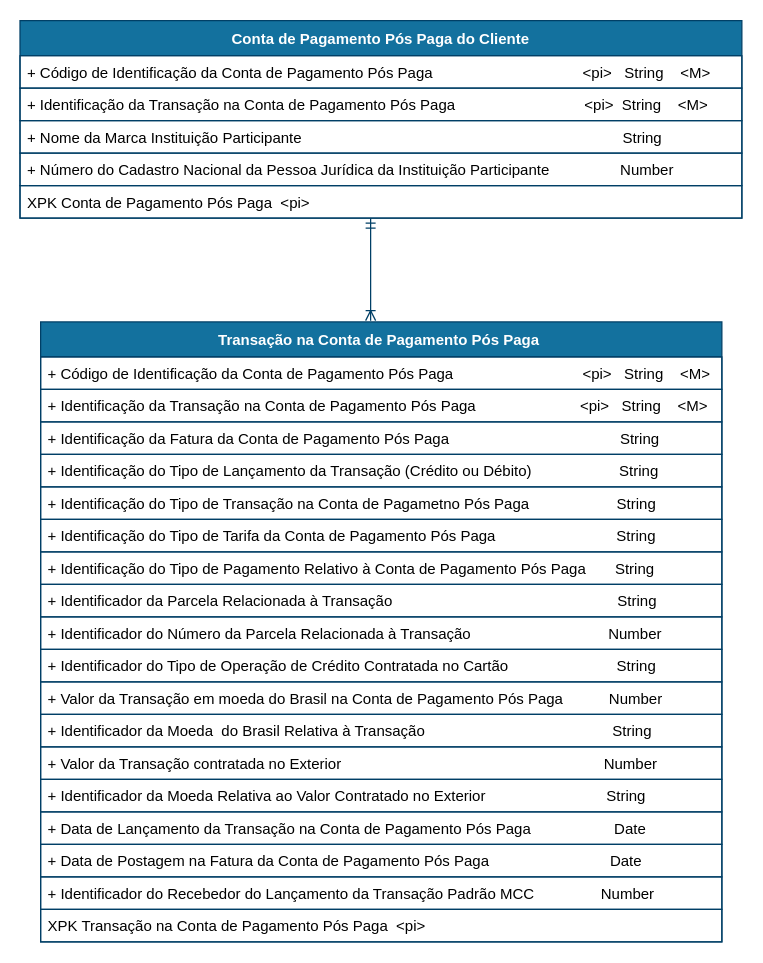
Above: draw_io_diagrams/credit_cards/DER_CreditCardAccount_Transactions.drawio in OpenBanking-Brasil/areadesenvolvedor (draw.io), before the change. Source tidied: cells renumbered, new cells numbered last; positions are measured from the earlier drawing's top-left corner, leaving out a move shared by most shapes. Both pictures are drawn from the tidied source at 125%, with x=0, y=0 at pixel (19, 20).
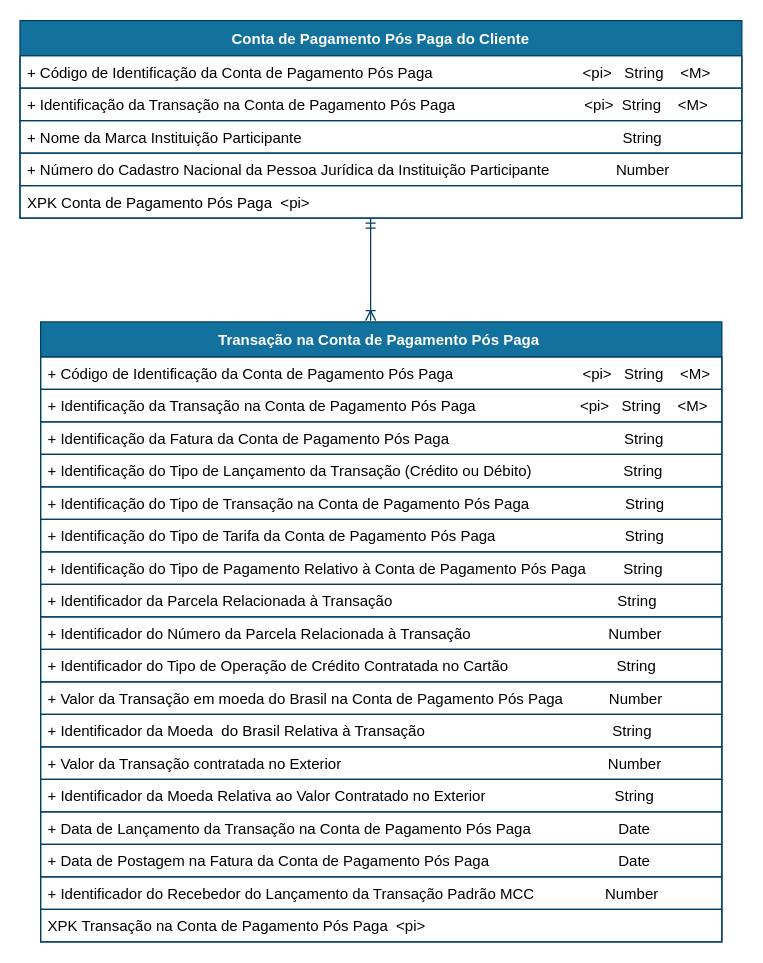
After the change.

Commit message (it also covers changes not shown here):
Credit Cards Accounts - Fix DERs

Unchanged cells that the change refers to:
```xml
<mxCell id="2" value="Transação na Conta de Pagamento Pós Paga " style="swimlane;fontStyle=1;horizontal=1;startSize=28;rounded=0;shadow=0;comic=0;sketch=0;align=center;html=0;fillColor=#13719E;strokeColor=#003F66;fontColor=#FFFFFF;" parent="1" vertex="1">
  <mxGeometry x="17" y="241" width="545" height="496" as="geometry" />
</mxCell>
<mxCell id="21" value="Conta de Pagamento Pós Paga do Cliente" style="swimlane;fontStyle=1;horizontal=1;startSize=28;rounded=0;shadow=0;comic=0;sketch=0;align=center;html=0;fillColor=#13719E;strokeColor=#003F66;fontColor=#FFFFFF;" parent="1" vertex="1">
  <mxGeometry x="0.5" width="577.5" height="158" as="geometry" />
</mxCell>
```

Diff of the diagram source:
```diff
@@
-    <mxCell id="5" value="+ Identificação da Fatura da Conta de Pagamento Pós Paga                                         String    " style="text;fillColor=none;align=left;verticalAlign=top;spacingLeft=4;spacingRight=4;overflow=hidden;strokeColor=#003F66;" parent="2" vertex="1">
+    <mxCell id="5" value="+ Identificação da Fatura da Conta de Pagamento Pós Paga                                          String    " style="text;fillColor=none;align=left;verticalAlign=top;spacingLeft=4;spacingRight=4;overflow=hidden;strokeColor=#003F66;" parent="2" vertex="1">
       <mxGeometry y="80" width="545" height="26" as="geometry" />
     </mxCell>
-    <mxCell id="6" value="+ Identificação do Tipo de Lançamento da Transação (Crédito ou Débito)                     String    " style="text;fillColor=none;align=left;verticalAlign=top;spacingLeft=4;spacingRight=4;overflow=hidden;strokeColor=#003F66;" parent="2" vertex="1">
+    <mxCell id="6" value="+ Identificação do Tipo de Lançamento da Transação (Crédito ou Débito)                      String    " style="text;fillColor=none;align=left;verticalAlign=top;spacingLeft=4;spacingRight=4;overflow=hidden;strokeColor=#003F66;" parent="2" vertex="1">
       <mxGeometry y="106" width="545" height="26" as="geometry" />
     </mxCell>
-    <mxCell id="7" value="+ Identificação do Tipo de Transação na Conta de Pagametno Pós Paga                     String    " style="text;fillColor=none;align=left;verticalAlign=top;spacingLeft=4;spacingRight=4;overflow=hidden;strokeColor=#003F66;" parent="2" vertex="1">
+    <mxCell id="7" value="+ Identificação do Tipo de Transação na Conta de Pagamento Pós Paga                       String    " style="text;fillColor=none;align=left;verticalAlign=top;spacingLeft=4;spacingRight=4;overflow=hidden;strokeColor=#003F66;" parent="2" vertex="1">
       <mxGeometry y="132" width="545" height="26" as="geometry" />
     </mxCell>
-    <mxCell id="8" value="+ Identificação do Tipo de Tarifa da Conta de Pagamento Pós Paga                             String    " style="text;fillColor=none;align=left;verticalAlign=top;spacingLeft=4;spacingRight=4;overflow=hidden;strokeColor=#003F66;" parent="2" vertex="1">
+    <mxCell id="8" value="+ Identificação do Tipo de Tarifa da Conta de Pagamento Pós Paga                               String    " style="text;fillColor=none;align=left;verticalAlign=top;spacingLeft=4;spacingRight=4;overflow=hidden;strokeColor=#003F66;" parent="2" vertex="1">
       <mxGeometry y="158" width="545" height="26" as="geometry" />
     </mxCell>
-    <mxCell id="9" value="+ Identificação do Tipo de Pagamento Relativo à Conta de Pagamento Pós Paga       String    " style="text;fillColor=none;align=left;verticalAlign=top;spacingLeft=4;spacingRight=4;overflow=hidden;strokeColor=#003F66;" parent="2" vertex="1">
+    <mxCell id="9" value="+ Identificação do Tipo de Pagamento Relativo à Conta de Pagamento Pós Paga         String    " style="text;fillColor=none;align=left;verticalAlign=top;spacingLeft=4;spacingRight=4;overflow=hidden;strokeColor=#003F66;" parent="2" vertex="1">
       <mxGeometry y="184" width="545" height="26" as="geometry" />
     </mxCell>
@@
-    <mxCell id="15" value="+ Valor da Transação contratada no Exterior                                                               Number   " style="text;fillColor=none;align=left;verticalAlign=top;spacingLeft=4;spacingRight=4;overflow=hidden;strokeColor=#003F66;" parent="2" vertex="1">
+    <mxCell id="15" value="+ Valor da Transação contratada no Exterior                                                                Number   " style="text;fillColor=none;align=left;verticalAlign=top;spacingLeft=4;spacingRight=4;overflow=hidden;strokeColor=#003F66;" parent="2" vertex="1">
       <mxGeometry y="340" width="545" height="26" as="geometry" />
     </mxCell>
-    <mxCell id="16" value="+ Identificador da Moeda Relativa ao Valor Contratado no Exterior                             String" style="text;fillColor=none;align=left;verticalAlign=top;spacingLeft=4;spacingRight=4;overflow=hidden;strokeColor=#003F66;" parent="2" vertex="1">
+    <mxCell id="16" value="+ Identificador da Moeda Relativa ao Valor Contratado no Exterior                               String" style="text;fillColor=none;align=left;verticalAlign=top;spacingLeft=4;spacingRight=4;overflow=hidden;strokeColor=#003F66;" parent="2" vertex="1">
       <mxGeometry y="366" width="545" height="26" as="geometry" />
     </mxCell>
-    <mxCell id="17" value="+ Data de Lançamento da Transação na Conta de Pagamento Pós Paga                    Date  " style="text;fillColor=none;align=left;verticalAlign=top;spacingLeft=4;spacingRight=4;overflow=hidden;strokeColor=#003F66;" parent="2" vertex="1">
+    <mxCell id="17" value="+ Data de Lançamento da Transação na Conta de Pagamento Pós Paga                     Date  " style="text;fillColor=none;align=left;verticalAlign=top;spacingLeft=4;spacingRight=4;overflow=hidden;strokeColor=#003F66;" parent="2" vertex="1">
       <mxGeometry y="392" width="545" height="26" as="geometry" />
     </mxCell>
-    <mxCell id="18" value="+ Data de Postagem na Fatura da Conta de Pagamento Pós Paga                             Date" style="text;fillColor=none;align=left;verticalAlign=top;spacingLeft=4;spacingRight=4;overflow=hidden;strokeColor=#003F66;" parent="2" vertex="1">
+    <mxCell id="18" value="+ Data de Postagem na Fatura da Conta de Pagamento Pós Paga                               Date" style="text;fillColor=none;align=left;verticalAlign=top;spacingLeft=4;spacingRight=4;overflow=hidden;strokeColor=#003F66;" parent="2" vertex="1">
       <mxGeometry y="418" width="545" height="26" as="geometry" />
     </mxCell>
-    <mxCell id="19" value="+ Identificador do Recebedor do Lançamento da Transação Padrão MCC                Number" style="text;fillColor=none;align=left;verticalAlign=top;spacingLeft=4;spacingRight=4;overflow=hidden;strokeColor=#003F66;" parent="2" vertex="1">
+    <mxCell id="19" value="+ Identificador do Recebedor do Lançamento da Transação Padrão MCC                 Number" style="text;fillColor=none;align=left;verticalAlign=top;spacingLeft=4;spacingRight=4;overflow=hidden;strokeColor=#003F66;" parent="2" vertex="1">
       <mxGeometry y="444" width="545" height="26" as="geometry" />
     </mxCell>
@@
-    <mxCell id="25" value="+ Número do Cadastro Nacional da Pessoa Jurídica da Instituição Participante                 Number  " style="text;fillColor=none;align=left;verticalAlign=top;spacingLeft=4;spacingRight=4;overflow=hidden;strokeColor=#003F66;" parent="21" vertex="1">
+    <mxCell id="25" value="+ Número do Cadastro Nacional da Pessoa Jurídica da Instituição Participante                Number  " style="text;fillColor=none;align=left;verticalAlign=top;spacingLeft=4;spacingRight=4;overflow=hidden;strokeColor=#003F66;" parent="21" vertex="1">
       <mxGeometry y="106" width="577.5" height="26" as="geometry" />
     </mxCell>
```
